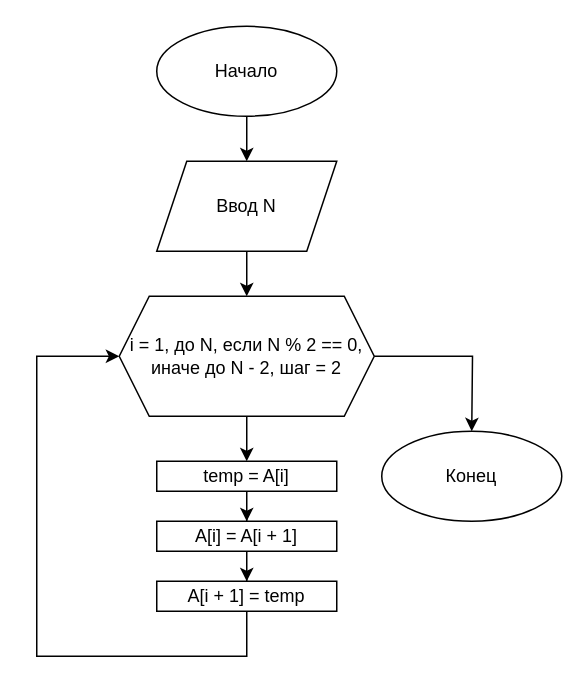
idt5574/inform_block_diagrams keeps this draw.io diagram as inrorm20.drawio. Above is the earlier version. Source tidied: cells renumbered, new cells numbered last; positions are measured from the earlier drawing's top-left corner, leaving out a move shared by most shapes. Both pictures are drawn from the tidied source at 150%, with x=0, y=0 at pixel (36, 26).
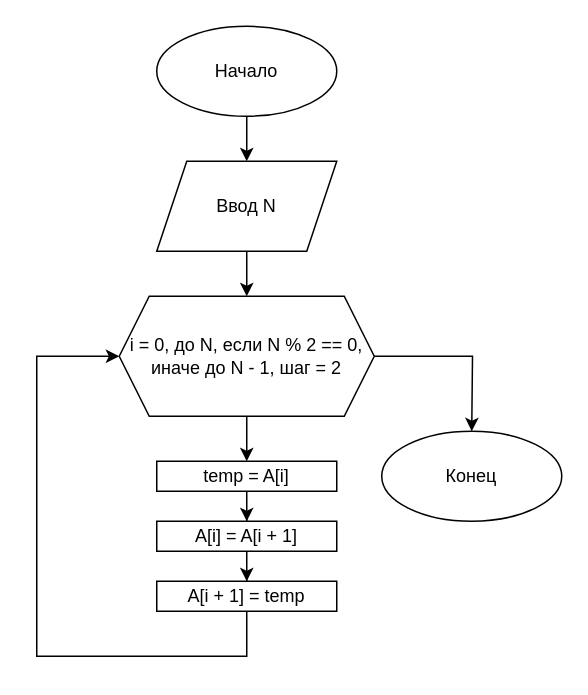
The same page after the edit.

Diff of the diagram source:
```diff
@@
 <mxGraphModel>
   <root>
     <mxCell id="0" />
     <mxCell id="1" parent="0" />
     <mxCell id="2" style="edgeStyle=orthogonalEdgeStyle;rounded=0;jettySize=auto;html=1;entryX=0.5;entryY=0;entryDx=0;entryDy=0;" parent="1" edge="1" source="3" target="5">
       <mxGeometry relative="1" as="geometry" />
     </mxCell>
     <mxCell id="3" value="Начало" style="ellipse;whiteSpace=wrap;html=1;" parent="1" vertex="1">
       <mxGeometry x="80" width="120" height="60" as="geometry" />
     </mxCell>
     <mxCell id="4" style="edgeStyle=orthogonalEdgeStyle;rounded=0;jettySize=auto;html=1;entryX=0.5;entryY=0;entryDx=0;entryDy=0;" parent="1" edge="1" source="5" target="8">
       <mxGeometry relative="1" as="geometry" />
     </mxCell>
     <mxCell id="5" value="Ввод N" style="shape=parallelogram;perimeter=parallelogramPerimeter;whiteSpace=wrap;html=1;fixedSize=1;" parent="1" vertex="1">
       <mxGeometry x="80" y="90" width="120" height="60" as="geometry" />
     </mxCell>
     <mxCell id="6" style="edgeStyle=orthogonalEdgeStyle;rounded=0;jettySize=auto;html=1;entryX=0.5;entryY=0;entryDx=0;entryDy=0;" parent="1" edge="1" source="8" target="10">
       <mxGeometry relative="1" as="geometry" />
     </mxCell>
     <mxCell id="7" style="edgeStyle=orthogonalEdgeStyle;rounded=0;jettySize=auto;html=1;" parent="1" edge="1" source="8">
       <mxGeometry relative="1" as="geometry">
         <mxPoint x="290" y="270" as="targetPoint" />
       </mxGeometry>
     </mxCell>
-    <mxCell id="8" value="i = 1, до N, если N % 2 == 0, иначе до N - 2, шаг = 2" style="shape=hexagon;perimeter=hexagonPerimeter2;whiteSpace=wrap;html=1;fixedSize=1;" parent="1" vertex="1">
+    <mxCell id="8" value="i = 0, до N, если N % 2 == 0, иначе до N - 1, шаг = 2" style="shape=hexagon;perimeter=hexagonPerimeter2;whiteSpace=wrap;html=1;fixedSize=1;" parent="1" vertex="1">
       <mxGeometry x="55" y="180" width="170" height="80" as="geometry" />
     </mxCell>
     <mxCell id="9" style="edgeStyle=orthogonalEdgeStyle;rounded=0;jettySize=auto;html=1;entryX=0.5;entryY=0;entryDx=0;entryDy=0;" parent="1" edge="1" source="10" target="12">
       <mxGeometry relative="1" as="geometry" />
     </mxCell>
     <mxCell id="10" value="temp = A[i]" style="rounded=0;whiteSpace=wrap;html=1;" parent="1" vertex="1">
       <mxGeometry x="80" y="290" width="120" height="20" as="geometry" />
     </mxCell>
     <mxCell id="11" style="edgeStyle=orthogonalEdgeStyle;rounded=0;jettySize=auto;html=1;" parent="1" edge="1" source="12" target="14">
       <mxGeometry relative="1" as="geometry" />
     </mxCell>
     <mxCell id="12" value="A[i] = A[i + 1]" style="rounded=0;whiteSpace=wrap;html=1;" parent="1" vertex="1">
       <mxGeometry x="80" y="330" width="120" height="20" as="geometry" />
     </mxCell>
     <mxCell id="13" style="edgeStyle=orthogonalEdgeStyle;rounded=0;jettySize=auto;html=1;entryX=0;entryY=0.5;entryDx=0;entryDy=0;" parent="1" edge="1" source="14" target="8">
       <mxGeometry relative="1" as="geometry">
         <Array as="points">
           <mxPoint x="140" y="420" />
           <mxPoint y="420" />
           <mxPoint y="220" />
         </Array>
       </mxGeometry>
     </mxCell>
     <mxCell id="14" value="A[i + 1] = temp" style="rounded=0;whiteSpace=wrap;html=1;" parent="1" vertex="1">
       <mxGeometry x="80" y="370" width="120" height="20" as="geometry" />
     </mxCell>
     <mxCell id="15" value="Конец" style="ellipse;whiteSpace=wrap;html=1;" parent="1" vertex="1">
       <mxGeometry x="230" y="270" width="120" height="60" as="geometry" />
     </mxCell>
   </root>
 </mxGraphModel>
```
